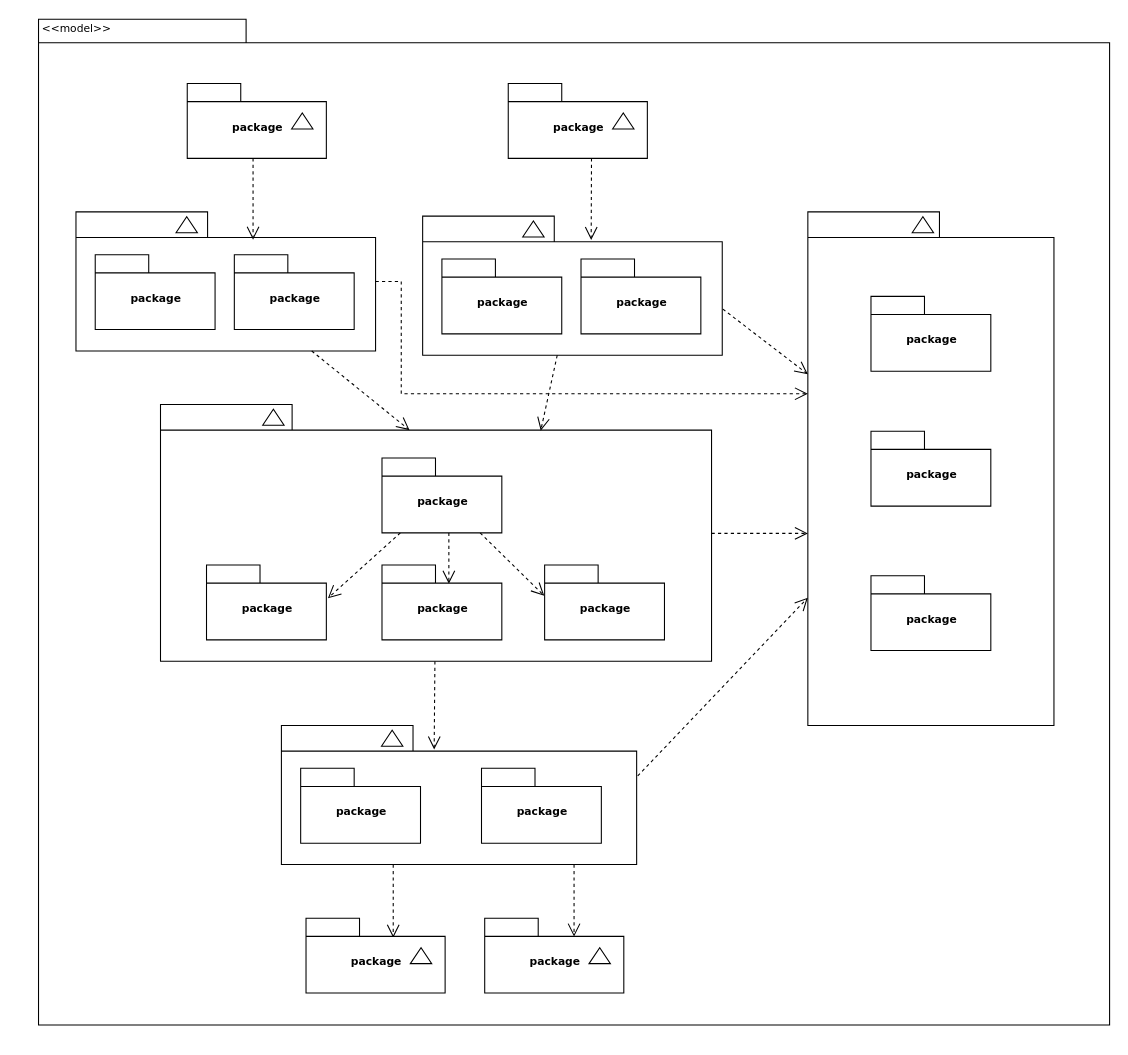
The draw.io diagram activity.drawio in ShubhamNagure/AlgoCode, before the edit. Source tidied: cells renumbered, new cells numbered last; positions are measured from the earlier drawing's top-left corner, leaving out a move shared by most shapes. Both pictures are drawn from the tidied source at 107%, with x=0, y=0 at pixel (37, 18).
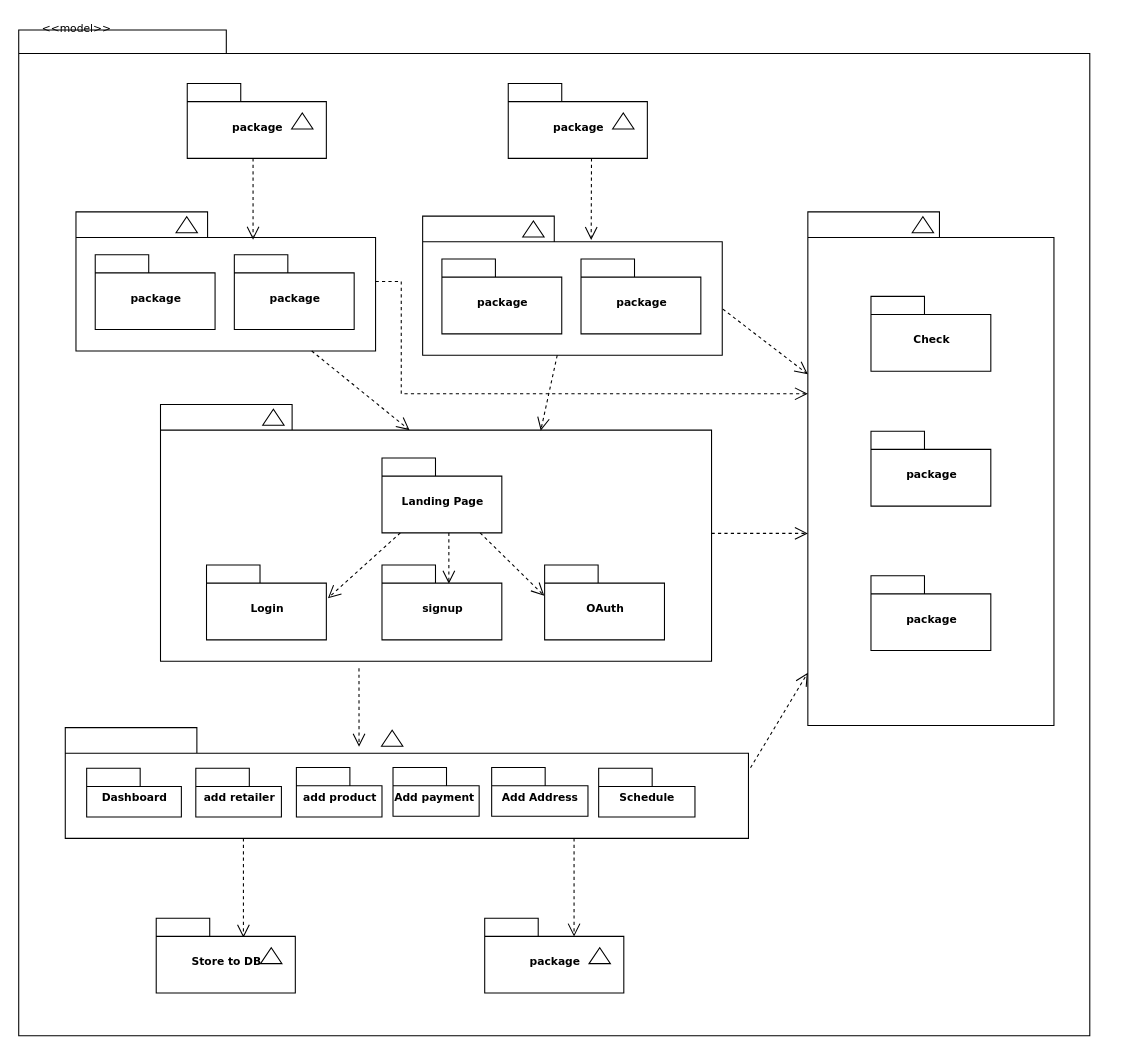
Above is the later version.

The change refers to these unchanged cells:
```xml
<mxCell id="20" style="group;" parent="19" vertex="1">
  <mxGeometry width="230" height="480" as="geometry" />
</mxCell>
<mxCell id="28" style="shape=folder;fontStyle=1;spacingTop=10;tabWidth=123;tabHeight=24;tabPosition=left;html=1;rounded=0;shadow=0;comic=0;labelBackgroundColor=none;strokeColor=#000000;strokeWidth=1;fillColor=#ffffff;fontFamily=Verdana;fontSize=10;fontColor=#000000;align=center;" parent="1" vertex="1">
  <mxGeometry x="114.5" y="360.5" width="515" height="240" as="geometry" />
</mxCell>
```

Change to the diagram source:
```diff
@@
     <mxCell id="2" style="shape=folder;fontStyle=1;spacingTop=10;tabWidth=194;tabHeight=22;tabPosition=left;html=1;rounded=0;shadow=0;comic=0;labelBackgroundColor=none;strokeWidth=1;fillColor=none;fontFamily=Verdana;fontSize=10;align=center;" parent="1" vertex="1">
-      <mxGeometry x="0.5" y="0.5" width="1001" height="940" as="geometry" />
+      <mxGeometry x="-18" y="10.5" width="1001" height="940" as="geometry" />
     </mxCell>
@@
-    <mxCell id="23" value="package" style="shape=folder;fontStyle=1;spacingTop=10;tabWidth=50;tabHeight=17;tabPosition=left;html=1;rounded=0;shadow=0;comic=0;labelBackgroundColor=none;strokeWidth=1;fontFamily=Verdana;fontSize=10;align=center;" parent="20" vertex="1">
+    <mxCell id="23" value="Check" style="shape=folder;fontStyle=1;spacingTop=10;tabWidth=50;tabHeight=17;tabPosition=left;html=1;rounded=0;shadow=0;comic=0;labelBackgroundColor=none;strokeWidth=1;fontFamily=Verdana;fontSize=10;align=center;" parent="20" vertex="1">
       <mxGeometry x="59" y="79" width="112" height="70" as="geometry" />
     </mxCell>
@@
-    <mxCell id="26" style="edgeStyle=none;rounded=0;html=1;entryX=0.43;entryY=0.173;entryPerimeter=0;dashed=1;labelBackgroundColor=none;startFill=0;endArrow=open;endFill=0;endSize=10;fontFamily=Verdana;fontSize=10;" parent="1" edge="1" source="28" target="39">
-      <mxGeometry relative="1" as="geometry" />
+    <mxCell id="26" style="edgeStyle=none;rounded=0;html=1;entryX=0.43;entryY=0.173;entryPerimeter=0;dashed=1;labelBackgroundColor=none;startFill=0;endArrow=open;endFill=0;endSize=10;fontFamily=Verdana;fontSize=10;" parent="1" edge="1" target="39">
+      <mxGeometry relative="1" as="geometry">
+        <mxPoint x="300" y="607" as="sourcePoint" />
+      </mxGeometry>
     </mxCell>
@@
-    <mxCell id="32" value="package" style="shape=folder;fontStyle=1;spacingTop=10;tabWidth=50;tabHeight=17;tabPosition=left;html=1;rounded=0;shadow=0;comic=0;labelBackgroundColor=none;strokeColor=#000000;strokeWidth=1;fillColor=#ffffff;fontFamily=Verdana;fontSize=10;fontColor=#000000;align=center;" parent="1" vertex="1">
+    <mxCell id="32" value="Landing Page" style="shape=folder;fontStyle=1;spacingTop=10;tabWidth=50;tabHeight=17;tabPosition=left;html=1;rounded=0;shadow=0;comic=0;labelBackgroundColor=none;strokeColor=#000000;strokeWidth=1;fillColor=#ffffff;fontFamily=Verdana;fontSize=10;fontColor=#000000;align=center;" parent="1" vertex="1">
       <mxGeometry x="321.5" y="410.5" width="112" height="70" as="geometry" />
     </mxCell>
-    <mxCell id="33" value="package" style="shape=folder;fontStyle=1;spacingTop=10;tabWidth=50;tabHeight=17;tabPosition=left;html=1;rounded=0;shadow=0;comic=0;labelBackgroundColor=none;strokeColor=#000000;strokeWidth=1;fillColor=#ffffff;fontFamily=Verdana;fontSize=10;fontColor=#000000;align=center;" parent="1" vertex="1">
+    <mxCell id="33" value="Login" style="shape=folder;fontStyle=1;spacingTop=10;tabWidth=50;tabHeight=17;tabPosition=left;html=1;rounded=0;shadow=0;comic=0;labelBackgroundColor=none;strokeColor=#000000;strokeWidth=1;fillColor=#ffffff;fontFamily=Verdana;fontSize=10;fontColor=#000000;align=center;" parent="1" vertex="1">
       <mxGeometry x="157.5" y="510.5" width="112" height="70" as="geometry" />
     </mxCell>
-    <mxCell id="34" value="package" style="shape=folder;fontStyle=1;spacingTop=10;tabWidth=50;tabHeight=17;tabPosition=left;html=1;rounded=0;shadow=0;comic=0;labelBackgroundColor=none;strokeColor=#000000;strokeWidth=1;fillColor=#ffffff;fontFamily=Verdana;fontSize=10;fontColor=#000000;align=center;" parent="1" vertex="1">
+    <mxCell id="34" value="signup" style="shape=folder;fontStyle=1;spacingTop=10;tabWidth=50;tabHeight=17;tabPosition=left;html=1;rounded=0;shadow=0;comic=0;labelBackgroundColor=none;strokeColor=#000000;strokeWidth=1;fillColor=#ffffff;fontFamily=Verdana;fontSize=10;fontColor=#000000;align=center;" parent="1" vertex="1">
       <mxGeometry x="321.5" y="510.5" width="112" height="70" as="geometry" />
     </mxCell>
-    <mxCell id="35" value="package" style="shape=folder;fontStyle=1;spacingTop=10;tabWidth=50;tabHeight=17;tabPosition=left;html=1;rounded=0;shadow=0;comic=0;labelBackgroundColor=none;strokeColor=#000000;strokeWidth=1;fillColor=#ffffff;fontFamily=Verdana;fontSize=10;fontColor=#000000;align=center;" parent="1" vertex="1">
+    <mxCell id="35" value="OAuth" style="shape=folder;fontStyle=1;spacingTop=10;tabWidth=50;tabHeight=17;tabPosition=left;html=1;rounded=0;shadow=0;comic=0;labelBackgroundColor=none;strokeColor=#000000;strokeWidth=1;fillColor=#ffffff;fontFamily=Verdana;fontSize=10;fontColor=#000000;align=center;" parent="1" vertex="1">
       <mxGeometry x="473.5" y="510.5" width="112" height="70" as="geometry" />
     </mxCell>
@@
     <mxCell id="39" style="shape=folder;fontStyle=1;spacingTop=10;tabWidth=123;tabHeight=24;tabPosition=left;html=1;rounded=0;shadow=0;comic=0;labelBackgroundColor=none;strokeWidth=1;fontFamily=Verdana;fontSize=10;align=center;" parent="1" vertex="1">
-      <mxGeometry x="227.5" y="660.5" width="332" height="130" as="geometry" />
+      <mxGeometry x="25.5" y="662.5" width="638.5" height="103.5" as="geometry" />
     </mxCell>
@@
-    <mxCell id="41" value="package" style="shape=folder;fontStyle=1;spacingTop=10;tabWidth=50;tabHeight=17;tabPosition=left;html=1;rounded=0;shadow=0;comic=0;labelBackgroundColor=none;strokeWidth=1;fontFamily=Verdana;fontSize=10;align=center;" parent="1" vertex="1">
-      <mxGeometry x="245.5" y="700.5" width="112" height="70" as="geometry" />
+    <mxCell id="41" value="add retailer" style="shape=folder;fontStyle=1;spacingTop=10;tabWidth=50;tabHeight=17;tabPosition=left;html=1;rounded=0;shadow=0;comic=0;labelBackgroundColor=none;strokeWidth=1;fontFamily=Verdana;fontSize=10;align=center;" parent="1" vertex="1">
+      <mxGeometry x="147.5" y="700.5" width="80" height="45.5" as="geometry" />
     </mxCell>
-    <mxCell id="42" value="package" style="shape=folder;fontStyle=1;spacingTop=10;tabWidth=50;tabHeight=17;tabPosition=left;html=1;rounded=0;shadow=0;comic=0;labelBackgroundColor=none;strokeWidth=1;fontFamily=Verdana;fontSize=10;align=center;" parent="1" vertex="1">
-      <mxGeometry x="414.5" y="700.5" width="112" height="70" as="geometry" />
+    <mxCell id="42" value="add product" style="shape=folder;fontStyle=1;spacingTop=10;tabWidth=50;tabHeight=17;tabPosition=left;html=1;rounded=0;shadow=0;comic=0;labelBackgroundColor=none;strokeWidth=1;fontFamily=Verdana;fontSize=10;align=center;" parent="1" vertex="1">
+      <mxGeometry x="241.5" y="699.8" width="80" height="46.2" as="geometry" />
     </mxCell>
@@
     <mxCell id="44" style="group;" parent="1" vertex="1">
-      <mxGeometry x="250.5" y="840.6" width="130" height="70" as="geometry" />
+      <mxGeometry x="110.5" y="840.6" width="130" height="70" as="geometry" />
     </mxCell>
-    <mxCell id="45" value="package" style="shape=folder;fontStyle=1;spacingTop=10;tabWidth=50;tabHeight=17;tabPosition=left;html=1;rounded=0;shadow=0;comic=0;labelBackgroundColor=none;strokeWidth=1;fontFamily=Verdana;fontSize=10;align=center;" parent="44" vertex="1">
+    <mxCell id="45" value="Store to DB" style="shape=folder;fontStyle=1;spacingTop=10;tabWidth=50;tabHeight=17;tabPosition=left;html=1;rounded=0;shadow=0;comic=0;labelBackgroundColor=none;strokeWidth=1;fontFamily=Verdana;fontSize=10;align=center;" parent="44" vertex="1">
       <mxGeometry width="130" height="70" as="geometry" />
     </mxCell>
@@
+    <mxCell id="57" value="Dashboard" style="shape=folder;fontStyle=1;spacingTop=10;tabWidth=50;tabHeight=17;tabPosition=left;html=1;rounded=0;shadow=0;comic=0;labelBackgroundColor=none;strokeWidth=1;fontFamily=Verdana;fontSize=10;align=center;" parent="1" vertex="1">
+      <mxGeometry x="45.5" y="700.5" width="88.5" height="45.5" as="geometry" />
+    </mxCell>
+    <mxCell id="58" value="Add payment&amp;nbsp;" style="shape=folder;fontStyle=1;spacingTop=10;tabWidth=50;tabHeight=17;tabPosition=left;html=1;rounded=0;shadow=0;comic=0;labelBackgroundColor=none;strokeWidth=1;fontFamily=Verdana;fontSize=10;align=center;" parent="1" vertex="1">
+      <mxGeometry x="331.8" y="699.8" width="80.5" height="45.5" as="geometry" />
+    </mxCell>
+    <mxCell id="59" value="Add Address" style="shape=folder;fontStyle=1;spacingTop=10;tabWidth=50;tabHeight=17;tabPosition=left;html=1;rounded=0;shadow=0;comic=0;labelBackgroundColor=none;strokeWidth=1;fontFamily=Verdana;fontSize=10;align=center;" parent="1" vertex="1">
+      <mxGeometry x="424" y="699.8" width="90" height="45.5" as="geometry" />
+    </mxCell>
+    <mxCell id="60" value="Schedule" style="shape=folder;fontStyle=1;spacingTop=10;tabWidth=50;tabHeight=17;tabPosition=left;html=1;rounded=0;shadow=0;comic=0;labelBackgroundColor=none;strokeWidth=1;fontFamily=Verdana;fontSize=10;align=center;" parent="1" vertex="1">
+      <mxGeometry x="524" y="700.5" width="90" height="45.5" as="geometry" />
+    </mxCell>
```
